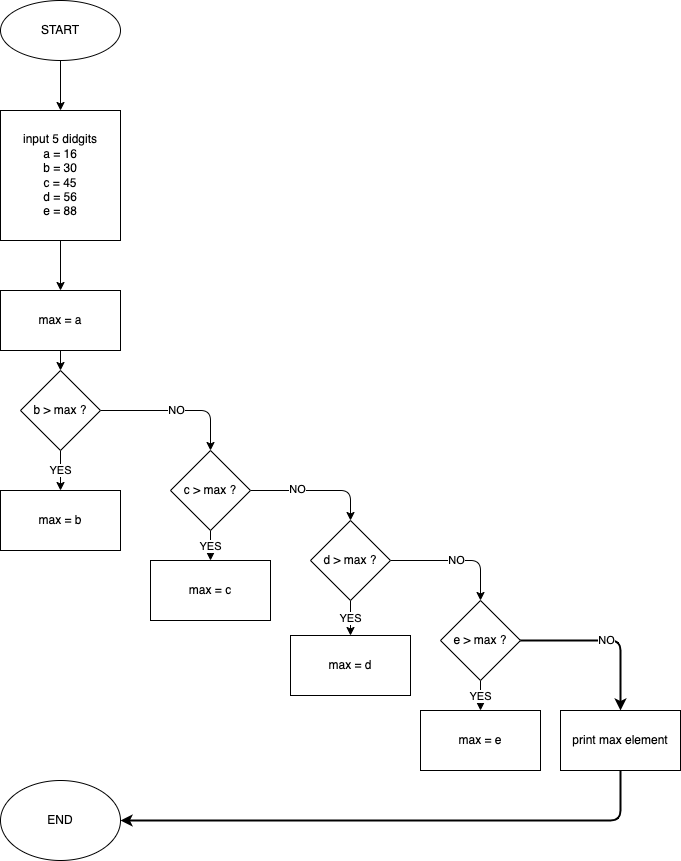
Above: Lesson001FindMaxElement/test.drawio.png in EruslanovAndri/C-Lessons (draw.io), before the change. Source tidied: cells renumbered, new cells last; positions are measured from the earlier drawing's top-left corner, leaving out a move shared by most shapes.
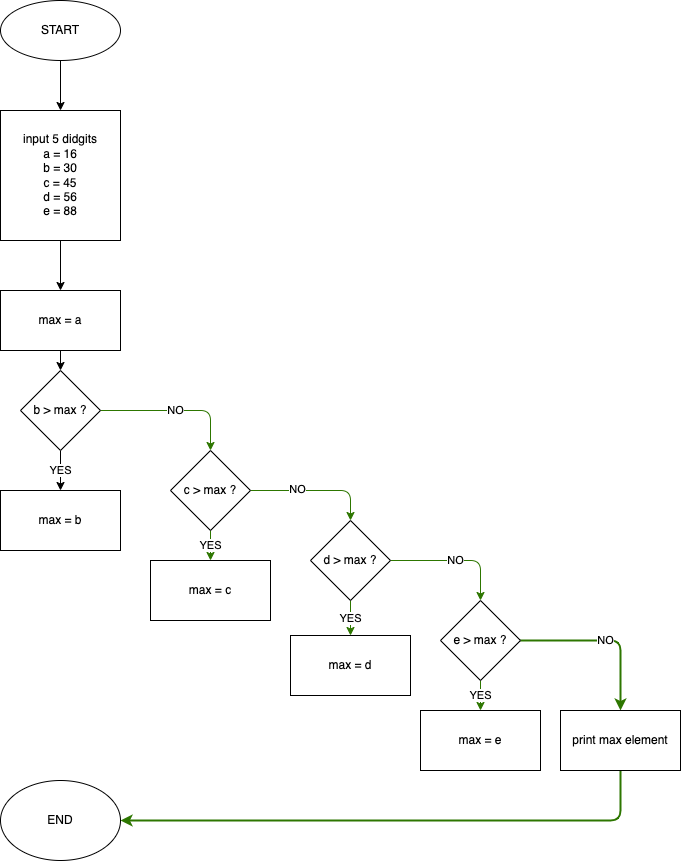
The same file after the commit.

Change to the diagram source:
```diff
@@ -17,7 +17,7 @@
     <mxCell id="6" value="YES" style="edgeStyle=none;html=1;" parent="1" edge="1" source="8" target="9">
       <mxGeometry relative="1" as="geometry" />
     </mxCell>
-    <mxCell id="7" value="NO" style="edgeStyle=none;html=1;" parent="1" edge="1" source="8" target="13">
+    <mxCell id="7" value="NO" style="edgeStyle=none;html=1;fillColor=#60a917;strokeColor=#2D7600;" parent="1" edge="1" source="8" target="13">
       <mxGeometry relative="1" as="geometry">
         <Array as="points">
           <mxPoint x="210" y="410" />
@@ -30,10 +30,10 @@
     <mxCell id="9" value="max = b" style="whiteSpace=wrap;html=1;rounded=0;" parent="1" vertex="1">
       <mxGeometry y="490" width="120" height="60" as="geometry" />
     </mxCell>
-    <mxCell id="10" value="YES" style="edgeStyle=none;html=1;" parent="1" edge="1" source="13" target="14">
+    <mxCell id="10" value="YES" style="edgeStyle=none;html=1;fillColor=#60a917;strokeColor=#2D7600;" parent="1" edge="1" source="13" target="14">
       <mxGeometry relative="1" as="geometry" />
     </mxCell>
-    <mxCell id="11" style="edgeStyle=none;html=1;exitX=1;exitY=0.5;exitDx=0;exitDy=0;entryX=0.5;entryY=0;entryDx=0;entryDy=0;" parent="1" edge="1" source="13" target="17">
+    <mxCell id="11" style="edgeStyle=none;html=1;exitX=1;exitY=0.5;exitDx=0;exitDy=0;entryX=0.5;entryY=0;entryDx=0;entryDy=0;fillColor=#60a917;strokeColor=#2D7600;" parent="1" edge="1" source="13" target="17">
       <mxGeometry relative="1" as="geometry">
         <Array as="points">
           <mxPoint x="350" y="490" />
@@ -49,10 +49,10 @@
     <mxCell id="14" value="max = c" style="whiteSpace=wrap;html=1;rounded=0;" parent="1" vertex="1">
       <mxGeometry x="150" y="560" width="120" height="60" as="geometry" />
     </mxCell>
-    <mxCell id="15" value="YES" style="edgeStyle=none;html=1;" parent="1" edge="1" source="17" target="18">
+    <mxCell id="15" value="YES" style="edgeStyle=none;html=1;fillColor=#60a917;strokeColor=#2D7600;" parent="1" edge="1" source="17" target="18">
       <mxGeometry relative="1" as="geometry" />
     </mxCell>
-    <mxCell id="16" value="NO" style="edgeStyle=none;html=1;exitX=1;exitY=0.5;exitDx=0;exitDy=0;entryX=0.5;entryY=0;entryDx=0;entryDy=0;" parent="1" edge="1" source="17" target="21">
+    <mxCell id="16" value="NO" style="edgeStyle=none;html=1;exitX=1;exitY=0.5;exitDx=0;exitDy=0;entryX=0.5;entryY=0;entryDx=0;entryDy=0;fillColor=#60a917;strokeColor=#2D7600;" parent="1" edge="1" source="17" target="21">
       <mxGeometry relative="1" as="geometry">
         <Array as="points">
           <mxPoint x="480" y="560" />
@@ -65,10 +65,10 @@
     <mxCell id="18" value="max = d" style="whiteSpace=wrap;html=1;" parent="1" vertex="1">
       <mxGeometry x="290" y="635" width="120" height="60" as="geometry" />
     </mxCell>
-    <mxCell id="19" value="YES" style="edgeStyle=none;html=1;" parent="1" edge="1" source="21" target="22">
+    <mxCell id="19" value="YES" style="edgeStyle=none;html=1;fillColor=#60a917;strokeColor=#2D7600;" parent="1" edge="1" source="21" target="22">
       <mxGeometry relative="1" as="geometry" />
     </mxCell>
-    <mxCell id="20" value="NO" style="edgeStyle=none;html=1;exitX=1;exitY=0.5;exitDx=0;exitDy=0;entryX=0.5;entryY=0;entryDx=0;entryDy=0;strokeWidth=2;" parent="1" edge="1" source="21" target="24">
+    <mxCell id="20" value="NO" style="edgeStyle=none;html=1;exitX=1;exitY=0.5;exitDx=0;exitDy=0;entryX=0.5;entryY=0;entryDx=0;entryDy=0;strokeWidth=2;fillColor=#60a917;strokeColor=#2D7600;" parent="1" edge="1" source="21" target="24">
       <mxGeometry relative="1" as="geometry">
         <Array as="points">
           <mxPoint x="620" y="640" />
@@ -81,7 +81,7 @@
     <mxCell id="22" value="max = e" style="whiteSpace=wrap;html=1;" parent="1" vertex="1">
       <mxGeometry x="420" y="710" width="120" height="60" as="geometry" />
     </mxCell>
-    <mxCell id="23" style="edgeStyle=none;html=1;exitX=0.5;exitY=1;exitDx=0;exitDy=0;entryX=1;entryY=0.5;entryDx=0;entryDy=0;strokeWidth=2;" parent="1" edge="1" source="24" target="27">
+    <mxCell id="23" style="edgeStyle=none;html=1;exitX=0.5;exitY=1;exitDx=0;exitDy=0;entryX=1;entryY=0.5;entryDx=0;entryDy=0;strokeWidth=2;fillColor=#60a917;strokeColor=#2D7600;" parent="1" edge="1" source="24" target="27">
       <mxGeometry relative="1" as="geometry">
         <Array as="points">
           <mxPoint x="620" y="820" />
```
